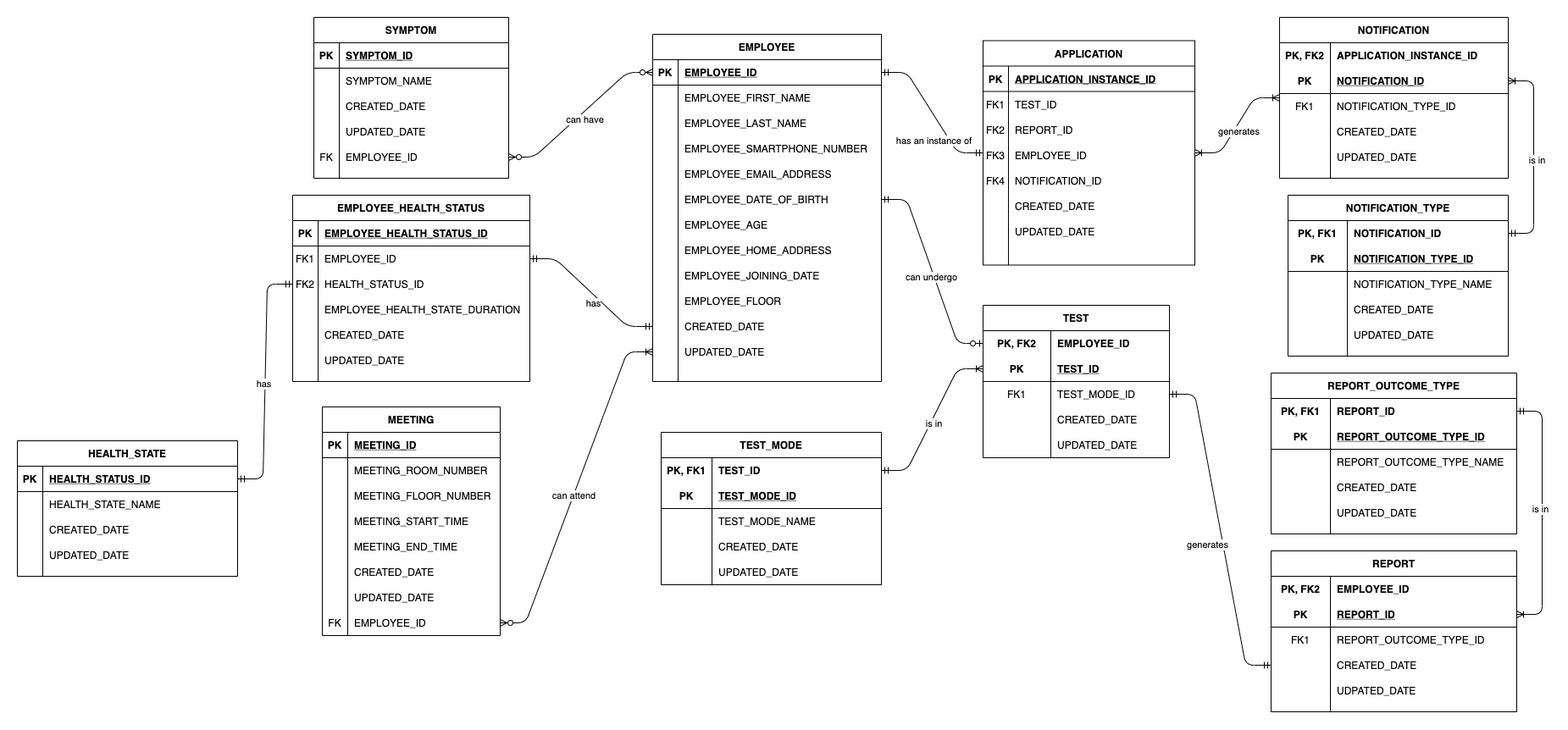
Before: HW1/erd-covid19-contact-tracing.png, a diagram exported from draw.io (ruch0401/CSCI585-DB). Source tidied: cells renumbered, new cells last; positions are measured from the earlier drawing's top-left corner, leaving out a move shared by most shapes.
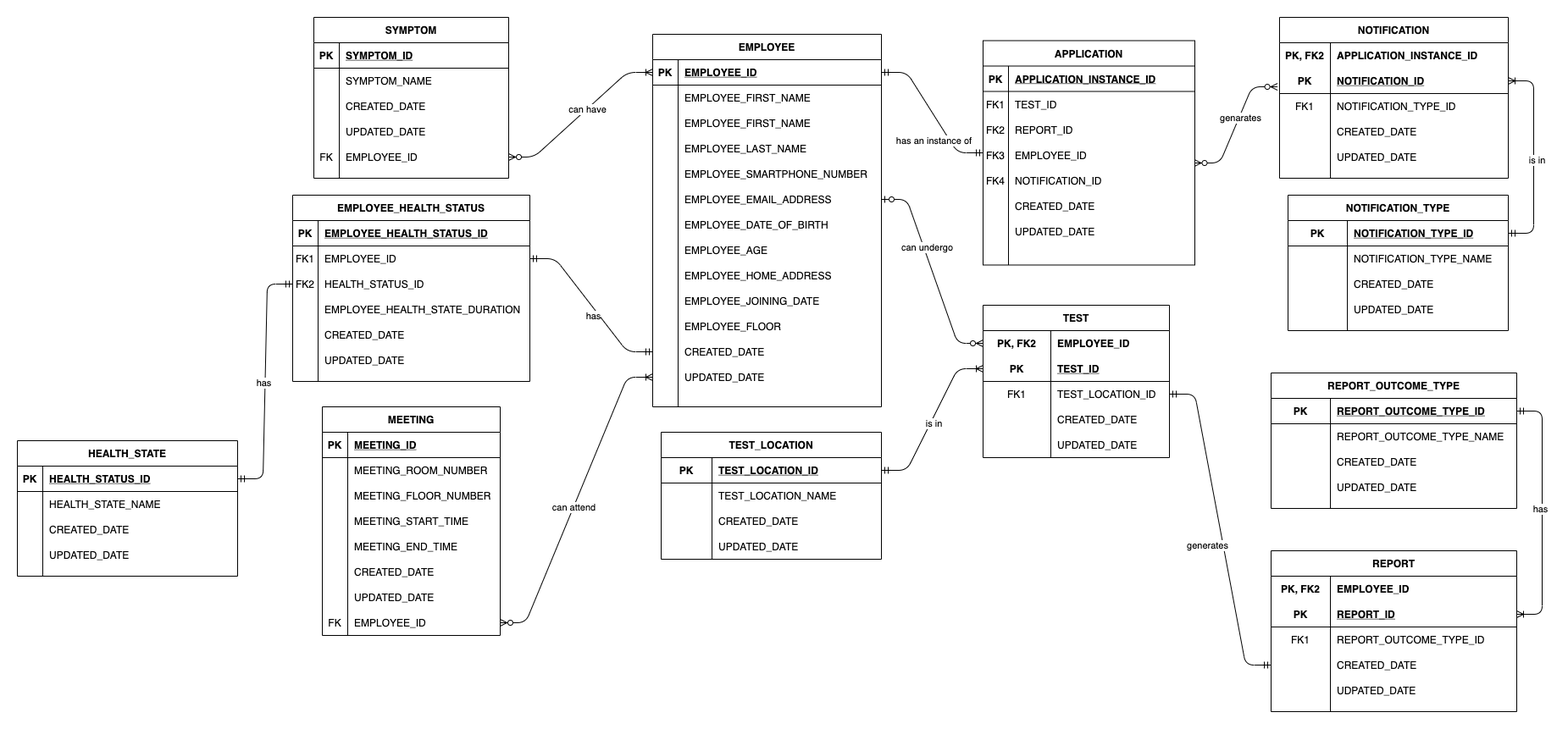
Above is the later version.

Commit message:
udpated ERD, added drawio file for further changes

Change to the diagram source:
```diff
@@ -5,3 +5,3 @@
     <mxCell id="2" value="EMPLOYEE" style="shape=table;startSize=30;rowLines=0;fontStyle=1;align=center;" parent="1" vertex="1">
-      <mxGeometry x="750" y="20" width="270" height="410" as="geometry" />
+      <mxGeometry x="750" y="20" width="270" height="440" as="geometry" />
     </mxCell>
@@ -16,4 +16,13 @@
     </mxCell>
+    <mxCell id="253" style="shape=partialRectangle;fillColor=none;top=0;left=0;bottom=0;right=0;" parent="2" vertex="1">
+      <mxGeometry y="60" width="270" height="30" as="geometry" />
+    </mxCell>
+    <mxCell id="254" style="shape=partialRectangle;fillColor=none;top=0;left=0;bottom=0;right=0;overflow=hidden;" parent="253" vertex="1">
+      <mxGeometry width="30" height="30" as="geometry" />
+    </mxCell>
+    <mxCell id="255" value="EMPLOYEE_FIRST_NAME" style="shape=partialRectangle;fillColor=none;top=0;left=0;bottom=0;right=0;align=left;spacingLeft=6;overflow=hidden;" parent="253" vertex="1">
+      <mxGeometry x="30" width="240" height="30" as="geometry" />
+    </mxCell>
     <mxCell id="6" style="shape=partialRectangle;fillColor=none;top=0;left=0;bottom=0;right=0;" parent="2" vertex="1">
-      <mxGeometry y="60" width="270" height="30" as="geometry" />
+      <mxGeometry y="90" width="270" height="30" as="geometry" />
     </mxCell>
@@ -26,3 +35,3 @@
     <mxCell id="9" style="shape=partialRectangle;fillColor=none;top=0;left=0;bottom=0;right=0;" parent="2" vertex="1">
-      <mxGeometry y="90" width="270" height="30" as="geometry" />
+      <mxGeometry y="120" width="270" height="30" as="geometry" />
     </mxCell>
@@ -35,3 +44,3 @@
     <mxCell id="12" style="shape=partialRectangle;fillColor=none;top=0;left=0;bottom=0;right=0;" parent="2" vertex="1">
-      <mxGeometry y="120" width="270" height="30" as="geometry" />
+      <mxGeometry y="150" width="270" height="30" as="geometry" />
     </mxCell>
@@ -44,3 +53,3 @@
     <mxCell id="15" style="shape=partialRectangle;fillColor=none;top=0;left=0;bottom=0;right=0;points=[[0,0.5],[1,0.5]];portConstraint=eastwest;" parent="2" vertex="1">
-      <mxGeometry y="150" width="270" height="30" as="geometry" />
+      <mxGeometry y="180" width="270" height="30" as="geometry" />
     </mxCell>
@@ -53,3 +62,3 @@
     <mxCell id="18" style="shape=partialRectangle;fillColor=none;top=0;left=0;bottom=0;right=0;points=[[0,0.5],[1,0.5]];portConstraint=eastwest;" parent="2" vertex="1">
-      <mxGeometry y="180" width="270" height="30" as="geometry" />
+      <mxGeometry y="210" width="270" height="30" as="geometry" />
     </mxCell>
@@ -62,3 +71,3 @@
     <mxCell id="21" style="shape=partialRectangle;fillColor=none;top=0;left=0;bottom=0;right=0;" parent="2" vertex="1">
-      <mxGeometry y="210" width="270" height="30" as="geometry" />
+      <mxGeometry y="240" width="270" height="30" as="geometry" />
     </mxCell>
@@ -71,3 +80,3 @@
     <mxCell id="24" style="shape=partialRectangle;fillColor=none;top=0;left=0;bottom=0;right=0;" parent="2" vertex="1">
-      <mxGeometry y="240" width="270" height="30" as="geometry" />
+      <mxGeometry y="270" width="270" height="30" as="geometry" />
     </mxCell>
@@ -80,3 +89,3 @@
     <mxCell id="27" style="shape=partialRectangle;fillColor=none;top=0;left=0;bottom=0;right=0;" parent="2" vertex="1">
-      <mxGeometry y="270" width="270" height="30" as="geometry" />
+      <mxGeometry y="300" width="270" height="30" as="geometry" />
     </mxCell>
@@ -89,3 +98,3 @@
     <mxCell id="30" style="shape=partialRectangle;fillColor=none;top=0;left=0;bottom=0;right=0;" parent="2" vertex="1">
-      <mxGeometry y="300" width="270" height="30" as="geometry" />
+      <mxGeometry y="330" width="270" height="30" as="geometry" />
     </mxCell>
@@ -98,3 +107,3 @@
     <mxCell id="33" style="shape=partialRectangle;fillColor=none;top=0;left=0;bottom=0;right=0;points=[[0,0.5],[1,0.5]];portConstraint=eastwest;" parent="2" vertex="1">
-      <mxGeometry y="330" width="270" height="30" as="geometry" />
+      <mxGeometry y="360" width="270" height="30" as="geometry" />
     </mxCell>
@@ -107,3 +116,3 @@
     <mxCell id="36" style="shape=partialRectangle;fillColor=none;top=0;left=0;bottom=0;right=0;points=[[0,0.5],[1,0.5]];portConstraint=eastwest;" parent="2" vertex="1">
-      <mxGeometry y="360" width="270" height="30" as="geometry" />
+      <mxGeometry y="390" width="270" height="30" as="geometry" />
     </mxCell>
@@ -142,3 +151,3 @@
     </mxCell>
-    <mxCell id="48" value="TEST_MODE_ID" style="shape=partialRectangle;fillColor=none;top=0;left=0;bottom=0;right=0;align=left;spacingLeft=6;fontStyle=0;overflow=hidden;" parent="46" vertex="1">
+    <mxCell id="48" value="TEST_LOCATION_ID" style="shape=partialRectangle;fillColor=none;top=0;left=0;bottom=0;right=0;align=left;spacingLeft=6;fontStyle=0;overflow=hidden;" parent="46" vertex="1">
       <mxGeometry x="80" width="140" height="30" as="geometry" />
@@ -163,16 +172,7 @@
     </mxCell>
-    <mxCell id="55" value="TEST_MODE" style="shape=table;startSize=30;rowLines=0;fontStyle=1;align=center;" parent="1" vertex="1">
-      <mxGeometry x="760" y="490" width="260" height="180" as="geometry" />
+    <mxCell id="55" value="TEST_LOCATION" style="shape=table;startSize=30;rowLines=0;fontStyle=1;align=center;" parent="1" vertex="1">
+      <mxGeometry x="760" y="490" width="260" height="150" as="geometry" />
     </mxCell>
-    <mxCell id="56" style="shape=partialRectangle;fillColor=none;top=0;left=0;bottom=0;right=0;points=[[0,0.5],[1,0.5]];portConstraint=eastwest;" parent="55" vertex="1">
-      <mxGeometry y="30" width="260" height="30" as="geometry" />
-    </mxCell>
-    <mxCell id="57" value="PK, FK1" style="shape=partialRectangle;fillColor=none;top=0;left=0;bottom=0;right=0;fontStyle=1;overflow=hidden;" parent="56" vertex="1">
-      <mxGeometry width="60" height="30" as="geometry" />
-    </mxCell>
-    <mxCell id="58" value="TEST_ID" style="shape=partialRectangle;fillColor=none;top=0;left=0;bottom=0;right=0;align=left;spacingLeft=6;fontStyle=1;overflow=hidden;" parent="56" vertex="1">
-      <mxGeometry x="60" width="200" height="30" as="geometry" />
-    </mxCell>
     <mxCell id="59" style="shape=partialRectangle;fillColor=none;top=0;left=0;bottom=1;right=0;" parent="55" vertex="1">
-      <mxGeometry y="60" width="260" height="30" as="geometry" />
+      <mxGeometry y="30" width="260" height="30" as="geometry" />
     </mxCell>
@@ -181,3 +181,3 @@
     </mxCell>
-    <mxCell id="61" value="TEST_MODE_ID" style="shape=partialRectangle;fillColor=none;top=0;left=0;bottom=0;right=0;align=left;spacingLeft=6;fontStyle=5;overflow=hidden;" parent="59" vertex="1">
+    <mxCell id="61" value="TEST_LOCATION_ID" style="shape=partialRectangle;fillColor=none;top=0;left=0;bottom=0;right=0;align=left;spacingLeft=6;fontStyle=5;overflow=hidden;" parent="59" vertex="1">
       <mxGeometry x="60" width="200" height="30" as="geometry" />
@@ -185,3 +185,3 @@
     <mxCell id="62" style="shape=partialRectangle;fillColor=none;top=0;left=0;bottom=0;right=0;" parent="55" vertex="1">
-      <mxGeometry y="90" width="260" height="30" as="geometry" />
+      <mxGeometry y="60" width="260" height="30" as="geometry" />
     </mxCell>
@@ -190,3 +190,3 @@
     </mxCell>
-    <mxCell id="64" value="TEST_MODE_NAME" style="shape=partialRectangle;fillColor=none;top=0;left=0;bottom=0;right=0;align=left;spacingLeft=6;fontStyle=0;overflow=hidden;" parent="62" vertex="1">
+    <mxCell id="64" value="TEST_LOCATION_NAME" style="shape=partialRectangle;fillColor=none;top=0;left=0;bottom=0;right=0;align=left;spacingLeft=6;fontStyle=0;overflow=hidden;" parent="62" vertex="1">
       <mxGeometry x="60" width="200" height="30" as="geometry" />
@@ -194,3 +194,3 @@
     <mxCell id="65" style="shape=partialRectangle;fillColor=none;top=0;left=0;bottom=0;right=0;" parent="55" vertex="1">
-      <mxGeometry y="120" width="260" height="30" as="geometry" />
+      <mxGeometry y="90" width="260" height="30" as="geometry" />
     </mxCell>
@@ -203,3 +203,3 @@
     <mxCell id="68" style="shape=partialRectangle;fillColor=none;top=0;left=0;bottom=0;right=0;" parent="55" vertex="1">
-      <mxGeometry y="150" width="260" height="30" as="geometry" />
+      <mxGeometry y="120" width="260" height="30" as="geometry" />
     </mxCell>
@@ -260,15 +260,6 @@
     <mxCell id="87" value="REPORT_OUTCOME_TYPE" style="shape=table;startSize=30;rowLines=0;fontStyle=1;align=center;" parent="1" vertex="1">
-      <mxGeometry x="1480" y="420" width="290" height="190" as="geometry" />
+      <mxGeometry x="1480" y="420" width="290" height="160" as="geometry" />
     </mxCell>
-    <mxCell id="88" style="shape=partialRectangle;fillColor=none;top=0;left=0;bottom=0;right=0;points=[[0,0.5],[1,0.5]];portConstraint=eastwest;" parent="87" vertex="1">
-      <mxGeometry y="30" width="290" height="30" as="geometry" />
-    </mxCell>
-    <mxCell id="89" value="PK, FK1" style="shape=partialRectangle;fillColor=none;top=0;left=0;bottom=0;right=0;fontStyle=1;overflow=hidden;" parent="88" vertex="1">
-      <mxGeometry width="70" height="30" as="geometry" />
-    </mxCell>
-    <mxCell id="90" value="REPORT_ID" style="shape=partialRectangle;fillColor=none;top=0;left=0;bottom=0;right=0;align=left;spacingLeft=6;fontStyle=1;overflow=hidden;" parent="88" vertex="1">
-      <mxGeometry x="70" width="220" height="30" as="geometry" />
-    </mxCell>
     <mxCell id="91" style="shape=partialRectangle;fillColor=none;top=0;left=0;bottom=1;right=0;" parent="87" vertex="1">
-      <mxGeometry y="60" width="290" height="30" as="geometry" />
+      <mxGeometry y="30" width="290" height="30" as="geometry" />
     </mxCell>
@@ -281,3 +272,3 @@
     <mxCell id="94" style="shape=partialRectangle;fillColor=none;top=0;left=0;bottom=0;right=0;" parent="87" vertex="1">
-      <mxGeometry y="90" width="290" height="30" as="geometry" />
+      <mxGeometry y="60" width="290" height="30" as="geometry" />
     </mxCell>
@@ -290,3 +281,3 @@
     <mxCell id="97" style="shape=partialRectangle;fillColor=none;top=0;left=0;bottom=0;right=0;" parent="87" vertex="1">
-      <mxGeometry y="120" width="290" height="30" as="geometry" />
+      <mxGeometry y="90" width="290" height="30" as="geometry" />
     </mxCell>
@@ -299,3 +290,3 @@
     <mxCell id="100" style="shape=partialRectangle;fillColor=none;top=0;left=0;bottom=0;right=0;" parent="87" vertex="1">
-      <mxGeometry y="150" width="290" height="30" as="geometry" />
+      <mxGeometry y="120" width="290" height="30" as="geometry" />
     </mxCell>
@@ -356,15 +347,6 @@
     <mxCell id="119" value="NOTIFICATION_TYPE" style="shape=table;startSize=30;rowLines=0;fontStyle=1;align=center;" parent="1" vertex="1">
-      <mxGeometry x="1500" y="210" width="260" height="190" as="geometry" />
+      <mxGeometry x="1500" y="210" width="260" height="160" as="geometry" />
     </mxCell>
-    <mxCell id="120" style="shape=partialRectangle;fillColor=none;top=0;left=0;bottom=0;right=0;points=[[0,0.5],[1,0.5]];portConstraint=eastwest;fontStyle=1;" parent="119" vertex="1">
-      <mxGeometry y="30" width="260" height="30" as="geometry" />
-    </mxCell>
-    <mxCell id="121" value="PK, FK1" style="shape=partialRectangle;fillColor=none;top=0;left=0;bottom=0;right=0;fontStyle=1;overflow=hidden;" parent="120" vertex="1">
-      <mxGeometry width="70" height="30" as="geometry" />
-    </mxCell>
-    <mxCell id="122" value="NOTIFICATION_ID" style="shape=partialRectangle;fillColor=none;top=0;left=0;bottom=0;right=0;align=left;spacingLeft=6;fontStyle=1;overflow=hidden;" parent="120" vertex="1">
-      <mxGeometry x="70" width="190" height="30" as="geometry" />
-    </mxCell>
     <mxCell id="123" style="shape=partialRectangle;fillColor=none;top=0;left=0;bottom=1;right=0;" parent="119" vertex="1">
-      <mxGeometry y="60" width="260" height="30" as="geometry" />
+      <mxGeometry y="30" width="260" height="30" as="geometry" />
     </mxCell>
@@ -377,3 +359,3 @@
     <mxCell id="126" style="shape=partialRectangle;fillColor=none;top=0;left=0;bottom=0;right=0;" parent="119" vertex="1">
-      <mxGeometry y="90" width="260" height="30" as="geometry" />
+      <mxGeometry y="60" width="260" height="30" as="geometry" />
     </mxCell>
@@ -386,3 +368,3 @@
     <mxCell id="129" style="shape=partialRectangle;fillColor=none;top=0;left=0;bottom=0;right=0;" parent="119" vertex="1">
-      <mxGeometry y="120" width="260" height="30" as="geometry" />
+      <mxGeometry y="90" width="260" height="30" as="geometry" />
     </mxCell>
@@ -395,3 +377,3 @@
     <mxCell id="132" style="shape=partialRectangle;fillColor=none;top=0;left=0;bottom=0;right=0;" parent="119" vertex="1">
-      <mxGeometry y="150" width="260" height="30" as="geometry" />
+      <mxGeometry y="120" width="260" height="30" as="geometry" />
     </mxCell>
@@ -691,10 +673,2 @@
     </mxCell>
-    <mxCell id="231" style="edgeStyle=entityRelationEdgeStyle;fontSize=12;html=1;endArrow=ERzeroToMany;endFill=1;startArrow=ERzeroToMany;exitX=0;exitY=0.5;exitDx=0;exitDy=0;entryX=1;entryY=0.5;entryDx=0;entryDy=0;" parent="1" edge="1" source="3" target="148">
-      <mxGeometry relative="1" as="geometry" />
-    </mxCell>
-    <mxCell id="232" value="can have" style="edgeLabel;html=1;align=center;verticalAlign=middle;" parent="231" vertex="1">
-      <mxGeometry x="-0.05" y="-1" relative="1" as="geometry">
-        <mxPoint x="2" y="9" as="offset" />
-      </mxGeometry>
-    </mxCell>
     <mxCell id="233" style="edgeStyle=entityRelationEdgeStyle;fontSize=12;html=1;endArrow=ERmandOne;startArrow=ERmandOne;exitX=0;exitY=0.5;exitDx=0;exitDy=0;entryX=1;entryY=0.5;entryDx=0;entryDy=0;" parent="1" edge="1" source="33" target="193">
@@ -707,18 +681,2 @@
     </mxCell>
-    <mxCell id="235" style="edgeStyle=entityRelationEdgeStyle;fontSize=12;html=1;endArrow=ERzeroToOne;startArrow=ERmandOne;entryX=0;entryY=0.5;entryDx=0;entryDy=0;exitX=1;exitY=0.5;exitDx=0;exitDy=0;" parent="1" edge="1" source="18" target="40">
-      <mxGeometry relative="1" as="geometry" />
-    </mxCell>
-    <mxCell id="236" value="can undergo" style="edgeLabel;html=1;align=center;verticalAlign=middle;" parent="235" vertex="1">
-      <mxGeometry x="-0.08" y="2" relative="1" as="geometry">
-        <mxPoint y="17" as="offset" />
-      </mxGeometry>
-    </mxCell>
-    <mxCell id="237" style="edgeStyle=entityRelationEdgeStyle;fontSize=12;html=1;endArrow=ERoneToMany;startArrow=ERoneToMany;" parent="1" edge="1" source="208" target="103">
-      <mxGeometry relative="1" as="geometry" />
-    </mxCell>
-    <mxCell id="238" value="generates" style="edgeLabel;html=1;align=center;verticalAlign=middle;" parent="237" vertex="1">
-      <mxGeometry x="0.04" relative="1" as="geometry">
-        <mxPoint y="10" as="offset" />
-      </mxGeometry>
-    </mxCell>
     <mxCell id="239" style="edgeStyle=entityRelationEdgeStyle;fontSize=12;html=1;endArrow=ERmandOne;startArrow=ERmandOne;exitX=1;exitY=0.5;exitDx=0;exitDy=0;" parent="1" edge="1" source="3" target="208">
@@ -751,10 +709,14 @@
     </mxCell>
-    <mxCell id="247" style="edgeStyle=entityRelationEdgeStyle;fontSize=12;html=1;endArrow=ERoneToMany;startArrow=ERmandOne;entryX=1;entryY=0.5;entryDx=0;entryDy=0;" parent="1" edge="1" source="88" target="75">
-      <mxGeometry relative="1" as="geometry" />
+    <mxCell id="247" style="edgeStyle=entityRelationEdgeStyle;fontSize=12;html=1;endArrow=ERoneToMany;startArrow=ERmandOne;entryX=1;entryY=0.5;entryDx=0;entryDy=0;" parent="1" edge="1" target="75">
+      <mxGeometry relative="1" as="geometry">
+        <mxPoint x="1770" y="465" as="sourcePoint" />
+      </mxGeometry>
     </mxCell>
-    <mxCell id="248" value="is in" style="edgeLabel;html=1;align=center;verticalAlign=middle;" parent="247" vertex="1">
+    <mxCell id="248" value="has" style="edgeLabel;html=1;align=center;verticalAlign=middle;" parent="247" vertex="1">
       <mxGeometry x="-0.03" y="-3" relative="1" as="geometry" />
     </mxCell>
-    <mxCell id="249" style="edgeStyle=entityRelationEdgeStyle;fontSize=12;html=1;endArrow=ERoneToMany;startArrow=ERmandOne;entryX=1;entryY=0.5;entryDx=0;entryDy=0;exitX=1;exitY=0.5;exitDx=0;exitDy=0;" parent="1" edge="1" source="120" target="107">
-      <mxGeometry relative="1" as="geometry" />
+    <mxCell id="249" style="edgeStyle=entityRelationEdgeStyle;fontSize=12;html=1;endArrow=ERoneToMany;startArrow=ERmandOne;entryX=1;entryY=0.5;entryDx=0;entryDy=0;exitX=1;exitY=0.5;exitDx=0;exitDy=0;" parent="1" edge="1" target="107">
+      <mxGeometry relative="1" as="geometry">
+        <mxPoint x="1760" y="255" as="sourcePoint" />
+      </mxGeometry>
     </mxCell>
@@ -763,4 +725,6 @@
     </mxCell>
-    <mxCell id="251" style="edgeStyle=entityRelationEdgeStyle;fontSize=12;html=1;endArrow=ERoneToMany;startArrow=ERmandOne;entryX=0;entryY=0.5;entryDx=0;entryDy=0;exitX=1;exitY=0.5;exitDx=0;exitDy=0;" parent="1" edge="1" source="56" target="43">
-      <mxGeometry relative="1" as="geometry" />
+    <mxCell id="251" style="edgeStyle=entityRelationEdgeStyle;fontSize=12;html=1;endArrow=ERoneToMany;startArrow=ERmandOne;entryX=0;entryY=0.5;entryDx=0;entryDy=0;exitX=1;exitY=0.5;exitDx=0;exitDy=0;" parent="1" edge="1" target="43">
+      <mxGeometry relative="1" as="geometry">
+        <mxPoint x="1020" y="535" as="sourcePoint" />
+      </mxGeometry>
     </mxCell>
@@ -769,2 +733,20 @@
     </mxCell>
+    <mxCell id="256" style="edgeStyle=entityRelationEdgeStyle;fontSize=12;html=1;endArrow=ERzeroToMany;startArrow=ERzeroToOne;entryX=0;entryY=0.5;entryDx=0;entryDy=0;exitX=1;exitY=0.5;exitDx=0;exitDy=0;" parent="1" edge="1" source="15" target="40">
+      <mxGeometry relative="1" as="geometry" />
+    </mxCell>
+    <mxCell id="236" value="can undergo" style="edgeLabel;html=1;align=center;verticalAlign=middle;" parent="256" vertex="1">
+      <mxGeometry x="-0.25" y="3" relative="1" as="geometry" />
+    </mxCell>
+    <mxCell id="257" style="edgeStyle=entityRelationEdgeStyle;fontSize=12;html=1;endArrow=ERoneToMany;startArrow=ERzeroToMany;entryX=0;entryY=0.5;entryDx=0;entryDy=0;exitX=1;exitY=0.5;exitDx=0;exitDy=0;" parent="1" edge="1" source="148" target="3">
+      <mxGeometry relative="1" as="geometry" />
+    </mxCell>
+    <mxCell id="232" value="can have" style="edgeLabel;html=1;align=center;verticalAlign=middle;" parent="257" vertex="1">
+      <mxGeometry x="0.09" relative="1" as="geometry" />
+    </mxCell>
+    <mxCell id="258" style="edgeStyle=entityRelationEdgeStyle;fontSize=12;html=1;endArrow=ERzeroToMany;endFill=1;startArrow=ERzeroToMany;exitX=0.998;exitY=0.817;exitDx=0;exitDy=0;exitPerimeter=0;entryX=-0.009;entryY=0.734;entryDx=0;entryDy=0;entryPerimeter=0;" parent="1" edge="1" source="218" target="107">
+      <mxGeometry relative="1" as="geometry" />
+    </mxCell>
+    <mxCell id="259" value="genarates" style="edgeLabel;html=1;align=center;verticalAlign=middle;" parent="258" vertex="1">
+      <mxGeometry x="0.12" y="-1" relative="1" as="geometry" />
+    </mxCell>
   </root>
```
